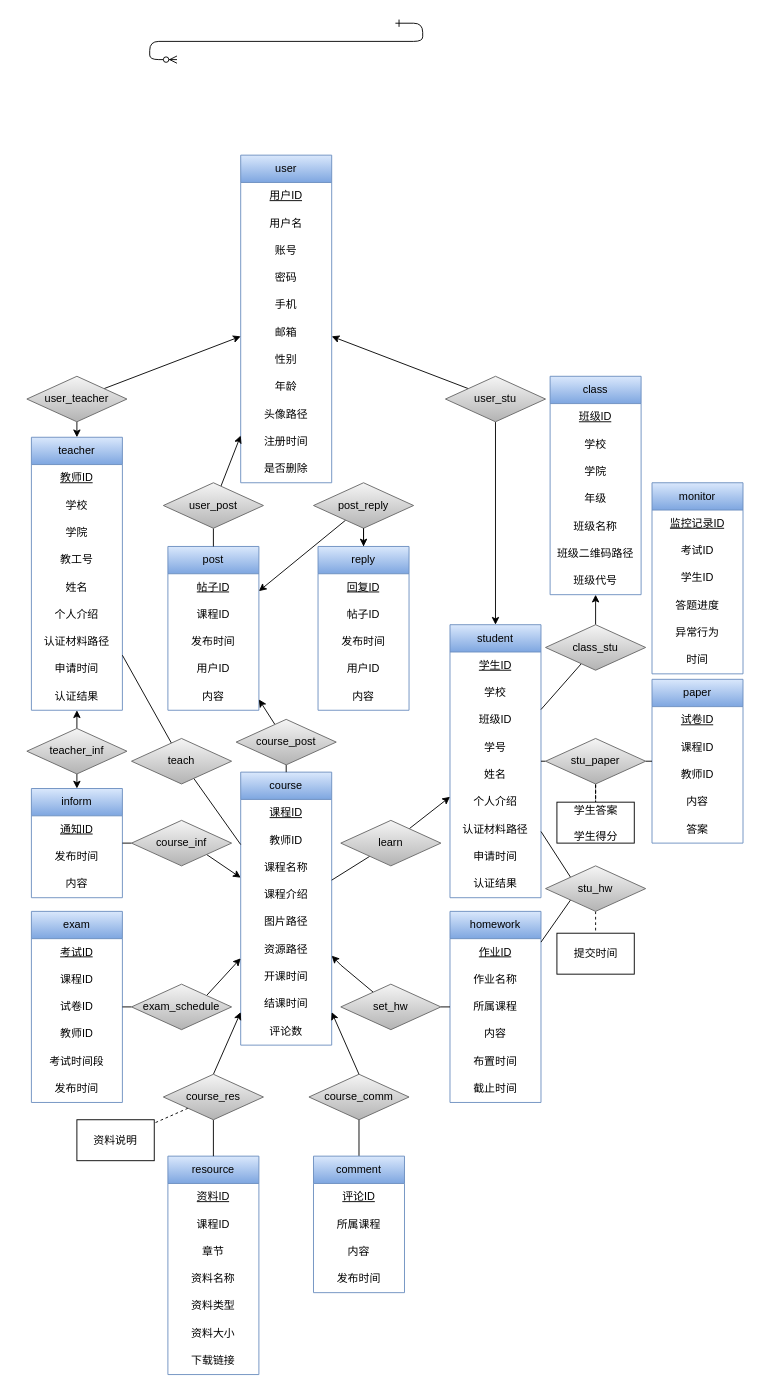
Earlier version of the draw.io diagram 未命名绘图.drawio (Umbrellalalala/Hello-World). Source tidied: cells renumbered, new cells numbered last; positions are measured from the earlier drawing's top-left corner, leaving out a move shared by most shapes. Both pictures are drawn from the tidied source at 91%, with x=0, y=0 at pixel (26, 23).
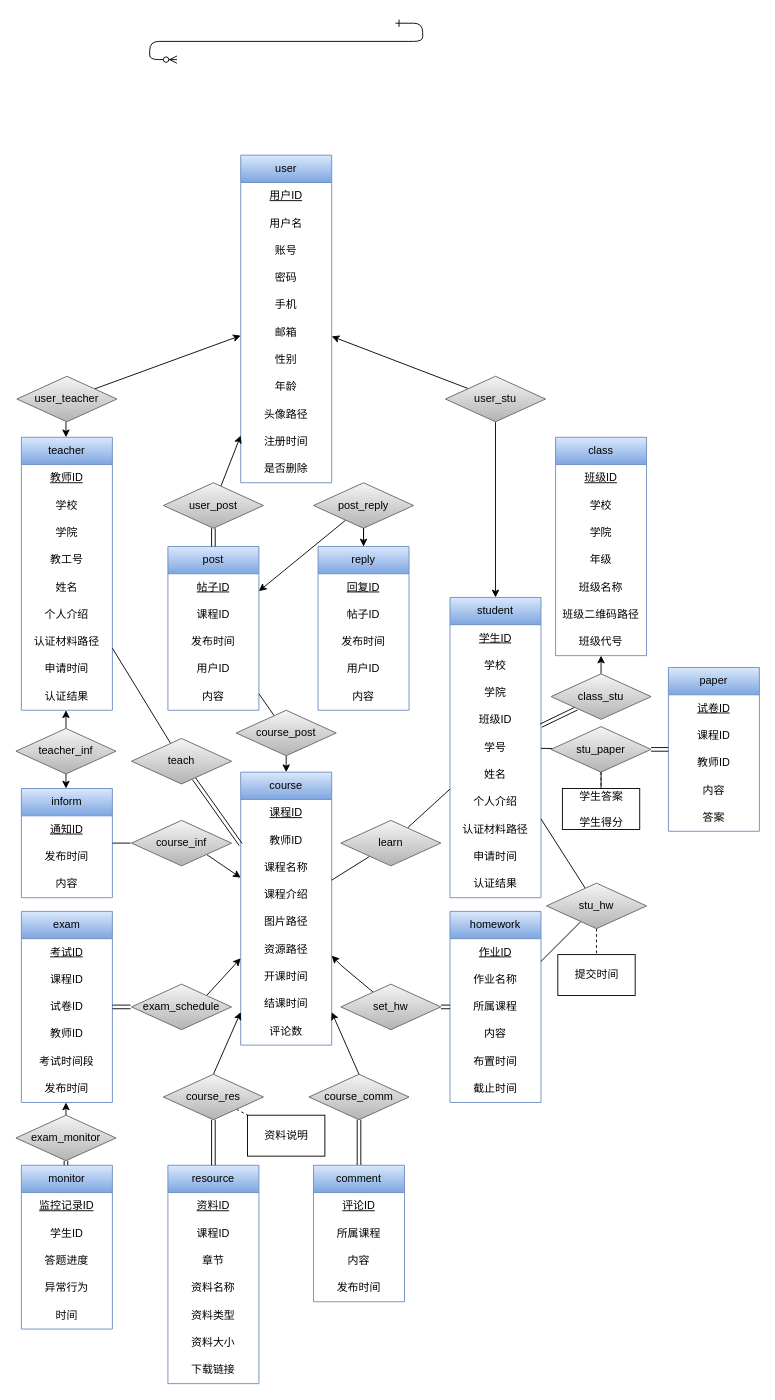
Above is the later version.

Commit message:
更新未命名绘图.drawio

Unchanged cells that the change refers to:
```xml
<mxCell id="49" value="course" style="swimlane;fontStyle=0;horizontal=1;startSize=30;whiteSpace=wrap;html=1;fillColor=#dae8fc;gradientColor=#7ea6e0;strokeColor=#6c8ebf;" parent="1" vertex="1">
  <mxGeometry x="235" y="823" width="100" height="300" as="geometry" />
</mxCell>
<mxCell id="71" value="homework" style="swimlane;fontStyle=0;horizontal=1;startSize=30;whiteSpace=wrap;html=1;fillColor=#dae8fc;gradientColor=#7ea6e0;strokeColor=#6c8ebf;" parent="1" vertex="1">
  <mxGeometry x="465" y="976" width="100" height="210" as="geometry" />
</mxCell>
<mxCell id="100" value="set_hw" style="rhombus;whiteSpace=wrap;html=1;fillColor=#f5f5f5;strokeColor=#666666;gradientColor=#b3b3b3;" parent="1" vertex="1">
  <mxGeometry x="345" y="1056" width="110" height="50" as="geometry" />
</mxCell>
<mxCell id="101" value="post" style="swimlane;fontStyle=0;horizontal=1;startSize=30;whiteSpace=wrap;html=1;fillColor=#dae8fc;gradientColor=#7ea6e0;strokeColor=#6c8ebf;" parent="1" vertex="1">
  <mxGeometry x="155" y="575" width="100" height="180" as="geometry" />
</mxCell>
<mxCell id="118" value="user_post" style="rhombus;whiteSpace=wrap;html=1;fillColor=#f5f5f5;strokeColor=#666666;gradientColor=#b3b3b3;" parent="1" vertex="1">
  <mxGeometry x="150" y="505" width="110" height="50" as="geometry" />
</mxCell>
<mxCell id="129" value="course_comm" style="rhombus;whiteSpace=wrap;html=1;fillColor=#f5f5f5;strokeColor=#666666;gradientColor=#b3b3b3;" parent="1" vertex="1">
  <mxGeometry x="310" y="1155" width="110" height="50" as="geometry" />
</mxCell>
<mxCell id="133" value="course_res" style="rhombus;whiteSpace=wrap;html=1;fillColor=#f5f5f5;strokeColor=#666666;gradientColor=#b3b3b3;" parent="1" vertex="1">
  <mxGeometry x="150" y="1155" width="110" height="50" as="geometry" />
</mxCell>
<mxCell id="136" value="course_inf" style="rhombus;whiteSpace=wrap;html=1;fillColor=#f5f5f5;strokeColor=#666666;gradientColor=#b3b3b3;" parent="1" vertex="1">
  <mxGeometry x="115" y="876" width="110" height="50" as="geometry" />
</mxCell>
<mxCell id="139" value="exam_schedule" style="rhombus;whiteSpace=wrap;html=1;fillColor=#f5f5f5;strokeColor=#666666;gradientColor=#b3b3b3;" parent="1" vertex="1">
  <mxGeometry x="115" y="1056" width="110" height="50" as="geometry" />
</mxCell>
<mxCell id="151" value="learn" style="rhombus;whiteSpace=wrap;html=1;fillColor=#f5f5f5;strokeColor=#666666;gradientColor=#b3b3b3;" parent="1" vertex="1">
  <mxGeometry x="345" y="876" width="110" height="50" as="geometry" />
</mxCell>
<mxCell id="154" value="teach" style="rhombus;whiteSpace=wrap;html=1;fillColor=#f5f5f5;strokeColor=#666666;gradientColor=#b3b3b3;" parent="1" vertex="1">
  <mxGeometry x="115" y="786" width="110" height="50" as="geometry" />
</mxCell>
```

Change to the diagram source:
```diff
@@
     <mxCell id="3" value="student" style="swimlane;fontStyle=0;horizontal=1;startSize=30;whiteSpace=wrap;html=1;fillColor=#dae8fc;strokeColor=#6c8ebf;gradientColor=#7ea6e0;" parent="1" vertex="1">
-      <mxGeometry x="465" y="661" width="100" height="300" as="geometry" />
+      <mxGeometry x="465" y="631" width="100" height="330" as="geometry" />
     </mxCell>
@@
+    <mxCell id="164" value="学院" style="text;strokeColor=none;fillColor=none;align=center;verticalAlign=middle;spacingLeft=4;spacingRight=4;overflow=hidden;whiteSpace=wrap;html=1;" parent="3" vertex="1">
+      <mxGeometry y="90" width="100" height="30" as="geometry" />
+    </mxCell>
     <mxCell id="6" value="班级ID" style="text;strokeColor=none;fillColor=none;align=center;verticalAlign=middle;spacingLeft=4;spacingRight=4;overflow=hidden;whiteSpace=wrap;html=1;" parent="3" vertex="1">
-      <mxGeometry y="90" width="100" height="30" as="geometry" />
+      <mxGeometry y="120" width="100" height="30" as="geometry" />
     </mxCell>
     <mxCell id="7" value="学号" style="text;strokeColor=none;fillColor=none;align=center;verticalAlign=middle;spacingLeft=4;spacingRight=4;overflow=hidden;whiteSpace=wrap;html=1;" parent="3" vertex="1">
-      <mxGeometry y="120" width="100" height="30" as="geometry" />
+      <mxGeometry y="150" width="100" height="30" as="geometry" />
     </mxCell>
     <mxCell id="8" value="姓名" style="text;strokeColor=none;fillColor=none;align=center;verticalAlign=middle;spacingLeft=4;spacingRight=4;overflow=hidden;whiteSpace=wrap;html=1;" parent="3" vertex="1">
-      <mxGeometry y="150" width="100" height="30" as="geometry" />
+      <mxGeometry y="180" width="100" height="30" as="geometry" />
     </mxCell>
     <mxCell id="9" value="个人介绍" style="text;strokeColor=none;fillColor=none;align=center;verticalAlign=middle;spacingLeft=4;spacingRight=4;overflow=hidden;whiteSpace=wrap;html=1;" parent="3" vertex="1">
-      <mxGeometry y="180" width="100" height="30" as="geometry" />
+      <mxGeometry y="210" width="100" height="30" as="geometry" />
     </mxCell>
     <mxCell id="10" value="认证材料路径" style="text;strokeColor=none;fillColor=none;align=center;verticalAlign=middle;spacingLeft=4;spacingRight=4;overflow=hidden;whiteSpace=wrap;html=1;" parent="3" vertex="1">
-      <mxGeometry y="210" width="100" height="30" as="geometry" />
+      <mxGeometry y="240" width="100" height="30" as="geometry" />
     </mxCell>
     <mxCell id="11" value="申请时间" style="text;strokeColor=none;fillColor=none;align=center;verticalAlign=middle;spacingLeft=4;spacingRight=4;overflow=hidden;whiteSpace=wrap;html=1;" parent="3" vertex="1">
-      <mxGeometry y="240" width="100" height="30" as="geometry" />
+      <mxGeometry y="270" width="100" height="30" as="geometry" />
     </mxCell>
     <mxCell id="12" value="认证结果" style="text;strokeColor=none;fillColor=none;align=center;verticalAlign=middle;spacingLeft=4;spacingRight=4;overflow=hidden;whiteSpace=wrap;html=1;" parent="3" vertex="1">
-      <mxGeometry y="270" width="100" height="30" as="geometry" />
+      <mxGeometry y="300" width="100" height="30" as="geometry" />
     </mxCell>
     <mxCell id="13" value="teacher" style="swimlane;fontStyle=0;horizontal=1;startSize=30;whiteSpace=wrap;html=1;fillColor=#dae8fc;gradientColor=#7ea6e0;strokeColor=#6c8ebf;" parent="1" vertex="1">
-      <mxGeometry x="5" y="455" width="100" height="300" as="geometry" />
+      <mxGeometry x="-6" y="455" width="100" height="300" as="geometry" />
     </mxCell>
@@
-    <mxCell id="35" style="rounded=0;jettySize=auto;html=1;" parent="1" edge="1" source="37" target="13">
-      <mxGeometry relative="1" as="geometry" />
+    <mxCell id="35" style="rounded=0;orthogonalLoop=1;jettySize=auto;html=1;" parent="1" edge="1">
+      <mxGeometry relative="1" as="geometry">
+        <mxPoint x="43" y="438" as="sourcePoint" />
+        <mxPoint x="43" y="455" as="targetPoint" />
+      </mxGeometry>
     </mxCell>
@@
     <mxCell id="37" value="user_teacher" style="rhombus;whiteSpace=wrap;html=1;fillColor=#f5f5f5;strokeColor=#666666;gradientColor=#b3b3b3;" parent="1" vertex="1">
-      <mxGeometry y="388" width="110" height="50" as="geometry" />
+      <mxGeometry x="-11" y="388" width="110" height="50" as="geometry" />
     </mxCell>
@@
     <mxCell id="41" value="class" style="swimlane;fontStyle=0;horizontal=1;startSize=30;whiteSpace=wrap;html=1;fillColor=#dae8fc;strokeColor=#6c8ebf;gradientColor=#7ea6e0;" parent="1" vertex="1">
-      <mxGeometry x="575" y="388" width="100" height="240" as="geometry" />
+      <mxGeometry x="581" y="455" width="100" height="240" as="geometry" />
     </mxCell>
@@
     <mxCell id="59" value="resource" style="swimlane;fontStyle=0;horizontal=1;startSize=30;whiteSpace=wrap;html=1;fillColor=#dae8fc;strokeColor=#6c8ebf;gradientColor=#7ea6e0;" parent="1" vertex="1">
-      <mxGeometry x="155" y="1245" width="100" height="240" as="geometry" />
+      <mxGeometry x="155" y="1255" width="100" height="240" as="geometry" />
     </mxCell>
@@
     <mxCell id="67" value="inform" style="swimlane;fontStyle=0;horizontal=1;startSize=30;whiteSpace=wrap;html=1;fillColor=#dae8fc;strokeColor=#6c8ebf;gradientColor=#7ea6e0;" parent="1" vertex="1">
-      <mxGeometry x="5" y="841" width="100" height="120" as="geometry" />
+      <mxGeometry x="-6" y="841" width="100" height="120" as="geometry" />
     </mxCell>
@@
     <mxCell id="78" value="exam" style="swimlane;fontStyle=0;horizontal=1;startSize=30;whiteSpace=wrap;html=1;fillColor=#dae8fc;strokeColor=#6c8ebf;gradientColor=#7ea6e0;" parent="1" vertex="1">
-      <mxGeometry x="5" y="976" width="100" height="210" as="geometry" />
+      <mxGeometry x="-6" y="976" width="100" height="210" as="geometry" />
     </mxCell>
@@
     <mxCell id="85" value="paper" style="swimlane;fontStyle=0;horizontal=1;startSize=30;whiteSpace=wrap;html=1;fillColor=#dae8fc;gradientColor=#7ea6e0;strokeColor=#6c8ebf;" parent="1" vertex="1">
-      <mxGeometry x="687" y="721" width="100" height="180" as="geometry" />
+      <mxGeometry x="705" y="708" width="100" height="180" as="geometry" />
     </mxCell>
@@
     <mxCell id="91" value="monitor" style="swimlane;fontStyle=0;horizontal=1;startSize=30;whiteSpace=wrap;html=1;fillColor=#dae8fc;strokeColor=#6c8ebf;gradientColor=#7ea6e0;" parent="1" vertex="1">
-      <mxGeometry x="687" y="505" width="100" height="210" as="geometry" />
+      <mxGeometry x="-6" y="1255" width="100" height="180" as="geometry" />
     </mxCell>
@@
-    <mxCell id="93" value="考试ID" style="text;strokeColor=none;fillColor=none;align=center;verticalAlign=middle;spacingLeft=4;spacingRight=4;overflow=hidden;whiteSpace=wrap;html=1;" parent="91" vertex="1">
-      <mxGeometry y="60" width="100" height="30" as="geometry" />
-    </mxCell>
     <mxCell id="94" value="学生ID" style="text;strokeColor=none;fillColor=none;align=center;verticalAlign=middle;spacingLeft=4;spacingRight=4;overflow=hidden;whiteSpace=wrap;html=1;" parent="91" vertex="1">
-      <mxGeometry y="90" width="100" height="30" as="geometry" />
+      <mxGeometry y="60" width="100" height="30" as="geometry" />
     </mxCell>
     <mxCell id="95" value="答题进度" style="text;strokeColor=none;fillColor=none;align=center;verticalAlign=middle;spacingLeft=4;spacingRight=4;overflow=hidden;whiteSpace=wrap;html=1;" parent="91" vertex="1">
-      <mxGeometry y="120" width="100" height="30" as="geometry" />
+      <mxGeometry y="90" width="100" height="30" as="geometry" />
     </mxCell>
     <mxCell id="96" value="异常行为" style="text;strokeColor=none;fillColor=none;align=center;verticalAlign=middle;spacingLeft=4;spacingRight=4;overflow=hidden;whiteSpace=wrap;html=1;" parent="91" vertex="1">
-      <mxGeometry y="150" width="100" height="30" as="geometry" />
+      <mxGeometry y="120" width="100" height="30" as="geometry" />
     </mxCell>
     <mxCell id="97" value="时间" style="text;strokeColor=none;fillColor=none;align=center;verticalAlign=middle;spacingLeft=4;spacingRight=4;overflow=hidden;whiteSpace=wrap;html=1;" parent="91" vertex="1">
-      <mxGeometry y="180" width="100" height="30" as="geometry" />
+      <mxGeometry y="150" width="100" height="30" as="geometry" />
     </mxCell>
-    <mxCell id="98" style="rounded=0;jettySize=auto;html=1;endArrow=none;endFill=0;" parent="1" edge="1" source="100" target="71">
+    <mxCell id="98" style="rounded=0;jettySize=auto;html=1;endArrow=none;endFill=0;shape=link;" parent="1" edge="1" source="100" target="71">
       <mxGeometry relative="1" as="geometry" />
     </mxCell>
@@
-    <mxCell id="107" style="rounded=0;jettySize=auto;html=1;endArrow=none;endFill=0;" parent="1" edge="1" source="109" target="49">
+    <mxCell id="107" style="rounded=0;jettySize=auto;html=1;endArrow=classic;endFill=1;" parent="1" edge="1" source="109" target="49">
       <mxGeometry relative="1" as="geometry" />
     </mxCell>
-    <mxCell id="108" style="rounded=0;jettySize=auto;html=1;" parent="1" edge="1" source="109" target="101">
+    <mxCell id="108" style="rounded=0;jettySize=auto;html=1;endArrow=none;endFill=0;" parent="1" edge="1" source="109" target="101">
       <mxGeometry relative="1" as="geometry" />
     </mxCell>
     <mxCell id="109" value="course_post" style="rhombus;whiteSpace=wrap;html=1;fillColor=#f5f5f5;strokeColor=#666666;gradientColor=#b3b3b3;" parent="1" vertex="1">
-      <mxGeometry x="230" y="765" width="110" height="50" as="geometry" />
+      <mxGeometry x="230" y="755" width="110" height="50" as="geometry" />
     </mxCell>
@@
-    <mxCell id="113" style="rounded=0;jettySize=auto;html=1;" parent="1" edge="1" source="115" target="67">
-      <mxGeometry relative="1" as="geometry" />
+    <mxCell id="113" style="rounded=0;orthogonalLoop=1;jettySize=auto;html=1;" parent="1" edge="1">
+      <mxGeometry relative="1" as="geometry">
+        <mxPoint x="43" y="825" as="sourcePoint" />
+        <mxPoint x="43" y="841" as="targetPoint" />
+      </mxGeometry>
     </mxCell>
-    <mxCell id="114" style="rounded=0;jettySize=auto;html=1;" parent="1" edge="1" source="115" target="13">
-      <mxGeometry relative="1" as="geometry" />
+    <mxCell id="114" style="rounded=0;orthogonalLoop=1;jettySize=auto;html=1;" parent="1" edge="1">
+      <mxGeometry relative="1" as="geometry">
+        <mxPoint x="43" y="775" as="sourcePoint" />
+        <mxPoint x="43" y="755" as="targetPoint" />
+      </mxGeometry>
     </mxCell>
     <mxCell id="115" value="teacher_inf" style="rhombus;whiteSpace=wrap;html=1;fillColor=#f5f5f5;strokeColor=#666666;gradientColor=#b3b3b3;" parent="1" vertex="1">
-      <mxGeometry y="775" width="110" height="50" as="geometry" />
+      <mxGeometry x="-12" y="775" width="110" height="50" as="geometry" />
     </mxCell>
@@
-    <mxCell id="117" style="rounded=0;jettySize=auto;html=1;endArrow=none;endFill=0;" parent="1" edge="1" source="118" target="101">
+    <mxCell id="117" style="rounded=0;jettySize=auto;html=1;endArrow=none;endFill=0;shape=link;" parent="1" edge="1" source="118" target="101">
       <mxGeometry relative="1" as="geometry" />
     </mxCell>
@@
-    <mxCell id="120" style="rounded=0;jettySize=auto;html=1;endArrow=none;endFill=0;" parent="1" edge="1" source="121" target="3">
+    <mxCell id="120" style="rounded=0;jettySize=auto;html=1;endArrow=none;endFill=0;shape=link;" parent="1" edge="1" source="121" target="3">
       <mxGeometry relative="1" as="geometry" />
     </mxCell>
     <mxCell id="121" value="class_stu" style="rhombus;whiteSpace=wrap;html=1;fillColor=#f5f5f5;strokeColor=#666666;gradientColor=#b3b3b3;" parent="1" vertex="1">
-      <mxGeometry x="570" y="661" width="110" height="50" as="geometry" />
+      <mxGeometry x="576" y="715" width="110" height="50" as="geometry" />
     </mxCell>
-    <mxCell id="122" style="rounded=0;jettySize=auto;html=1;endArrow=none;endFill=0;" parent="1" edge="1" source="123" target="129">
+    <mxCell id="122" style="rounded=0;jettySize=auto;html=1;endArrow=none;endFill=0;shape=link;" parent="1" edge="1" source="123" target="129">
       <mxGeometry relative="1" as="geometry" />
     </mxCell>
     <mxCell id="123" value="comment" style="swimlane;fontStyle=0;horizontal=1;startSize=30;whiteSpace=wrap;html=1;fillColor=#dae8fc;strokeColor=#6c8ebf;gradientColor=#7ea6e0;" parent="1" vertex="1">
-      <mxGeometry x="315" y="1245" width="100" height="150" as="geometry" />
+      <mxGeometry x="315" y="1255" width="100" height="150" as="geometry" />
     </mxCell>
@@
-    <mxCell id="130" style="rounded=0;jettySize=auto;html=1;endArrow=none;endFill=0;" parent="1" edge="1" source="133" target="59">
+    <mxCell id="130" style="rounded=0;jettySize=auto;html=1;endArrow=none;endFill=0;shape=link;" parent="1" edge="1" source="133" target="59">
       <mxGeometry relative="1" as="geometry" />
     </mxCell>
@@
-    <mxCell id="134" style="rounded=0;jettySize=auto;html=1;endArrow=none;endFill=0;" parent="1" edge="1" source="136" target="67">
-      <mxGeometry relative="1" as="geometry" />
+    <mxCell id="134" style="rounded=0;jettySize=auto;html=1;endArrow=none;endFill=0;" parent="1" edge="1" target="67">
+      <mxGeometry relative="1" as="geometry">
+        <mxPoint x="114" y="901" as="sourcePoint" />
+      </mxGeometry>
     </mxCell>
@@
-    <mxCell id="137" style="rounded=0;jettySize=auto;html=1;endArrow=none;endFill=0;" parent="1" edge="1" source="139" target="78">
-      <mxGeometry relative="1" as="geometry" />
+    <mxCell id="137" style="rounded=0;jettySize=auto;html=1;endArrow=none;endFill=0;shape=link;" parent="1" edge="1" target="78">
+      <mxGeometry relative="1" as="geometry">
+        <mxPoint x="114" y="1081" as="sourcePoint" />
+      </mxGeometry>
     </mxCell>
@@
-    <mxCell id="141" style="rounded=0;jettySize=auto;html=1;endArrow=none;endFill=0;" parent="1" edge="1" source="143" target="85">
+    <mxCell id="141" style="rounded=0;jettySize=auto;html=1;endArrow=none;endFill=0;shape=link;" parent="1" edge="1" source="143" target="85">
       <mxGeometry relative="1" as="geometry" />
     </mxCell>
@@
     <mxCell id="143" value="stu_paper" style="rhombus;whiteSpace=wrap;html=1;fillColor=#f5f5f5;strokeColor=#666666;gradientColor=#b3b3b3;" parent="1" vertex="1">
-      <mxGeometry x="570" y="786" width="110" height="50" as="geometry" />
+      <mxGeometry x="576" y="773" width="110" height="50" as="geometry" />
     </mxCell>
     <mxCell id="144" value="学生答案&lt;div&gt;&lt;br&gt;&lt;div&gt;学生得分&lt;/div&gt;&lt;/div&gt;" style="rounded=0;whiteSpace=wrap;html=1;" parent="1" vertex="1">
-      <mxGeometry x="582.5" y="856" width="85" height="45" as="geometry" />
+      <mxGeometry x="588.5" y="841" width="85" height="45" as="geometry" />
     </mxCell>
-    <mxCell id="145" style="rounded=0;jettySize=auto;html=1;endArrow=none;endFill=0;exitX=0;exitY=0;exitDx=0;exitDy=0;" parent="1" edge="1" source="148" target="3">
+    <mxCell id="145" style="rounded=0;jettySize=auto;html=1;endArrow=none;endFill=0;" parent="1" edge="1" source="148" target="3">
       <mxGeometry relative="1" as="geometry" />
     </mxCell>
-    <mxCell id="146" style="rounded=0;jettySize=auto;html=1;endArrow=none;endFill=0;exitX=0;exitY=1;exitDx=0;exitDy=0;" parent="1" edge="1" source="148" target="71">
+    <mxCell id="146" style="rounded=0;jettySize=auto;html=1;endArrow=none;endFill=0;" parent="1" edge="1" source="148" target="71">
       <mxGeometry relative="1" as="geometry" />
     </mxCell>
@@
     <mxCell id="148" value="stu_hw" style="rhombus;whiteSpace=wrap;html=1;fillColor=#f5f5f5;strokeColor=#666666;gradientColor=#b3b3b3;" parent="1" vertex="1">
-      <mxGeometry x="570" y="926" width="110" height="50" as="geometry" />
+      <mxGeometry x="571" y="945" width="110" height="50" as="geometry" />
     </mxCell>
@@
-    <mxCell id="150" style="rounded=0;jettySize=auto;html=1;" parent="1" edge="1" source="151" target="3">
+    <mxCell id="150" style="rounded=0;jettySize=auto;html=1;endArrow=none;endFill=0;" parent="1" edge="1" source="151" target="3">
       <mxGeometry relative="1" as="geometry" />
     </mxCell>
@@
-    <mxCell id="153" style="rounded=0;jettySize=auto;html=1;endArrow=none;endFill=0;" parent="1" edge="1" source="154" target="49">
+    <mxCell id="153" style="rounded=0;jettySize=auto;html=1;endArrow=none;endFill=0;shape=link;" parent="1" edge="1" source="154" target="49">
       <mxGeometry relative="1" as="geometry" />
     </mxCell>
@@
     <mxCell id="155" value="资料说明" style="rounded=0;whiteSpace=wrap;html=1;" parent="1" vertex="1">
-      <mxGeometry x="55" y="1205" width="85" height="45" as="geometry" />
+      <mxGeometry x="242.5" y="1200" width="85" height="45" as="geometry" />
     </mxCell>
     <mxCell id="156" value="提交时间" style="rounded=0;whiteSpace=wrap;html=1;" parent="1" vertex="1">
-      <mxGeometry x="582.5" y="1000" width="85" height="45" as="geometry" />
+      <mxGeometry x="583.5" y="1023.5" width="85" height="45" as="geometry" />
     </mxCell>
@@
+    <mxCell id="165" style="rounded=0;orthogonalLoop=1;jettySize=auto;html=1;" parent="1" edge="1">
+      <mxGeometry relative="1" as="geometry">
+        <mxPoint x="43" y="1200" as="sourcePoint" />
+        <mxPoint x="43" y="1186" as="targetPoint" />
+      </mxGeometry>
+    </mxCell>
+    <mxCell id="166" style="rounded=0;orthogonalLoop=1;jettySize=auto;html=1;entryX=0.5;entryY=0;entryDx=0;entryDy=0;endArrow=none;endFill=0;shape=link;" parent="1" edge="1">
+      <mxGeometry relative="1" as="geometry">
+        <mxPoint x="43" y="1250" as="sourcePoint" />
+        <mxPoint x="43" y="1255" as="targetPoint" />
+      </mxGeometry>
+    </mxCell>
+    <mxCell id="167" value="exam_monitor" style="rhombus;whiteSpace=wrap;html=1;fillColor=#f5f5f5;strokeColor=#666666;gradientColor=#b3b3b3;" parent="1" vertex="1">
+      <mxGeometry x="-12" y="1200" width="110" height="50" as="geometry" />
+    </mxCell>
```
